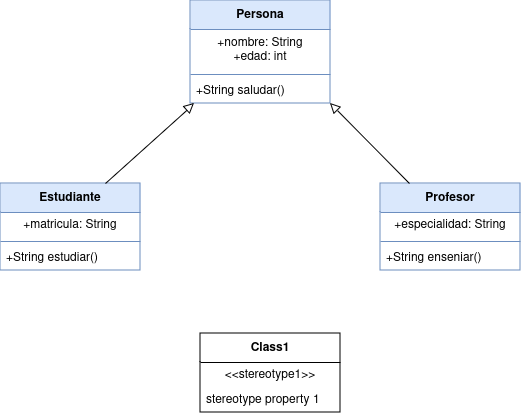
Above: Diagrama_Clases.png in emsantamaria/gestion_academica (draw.io), before the change. Source tidied: cells renumbered, new cells last; positions are measured from the earlier drawing's top-left corner, leaving out a move shared by most shapes.
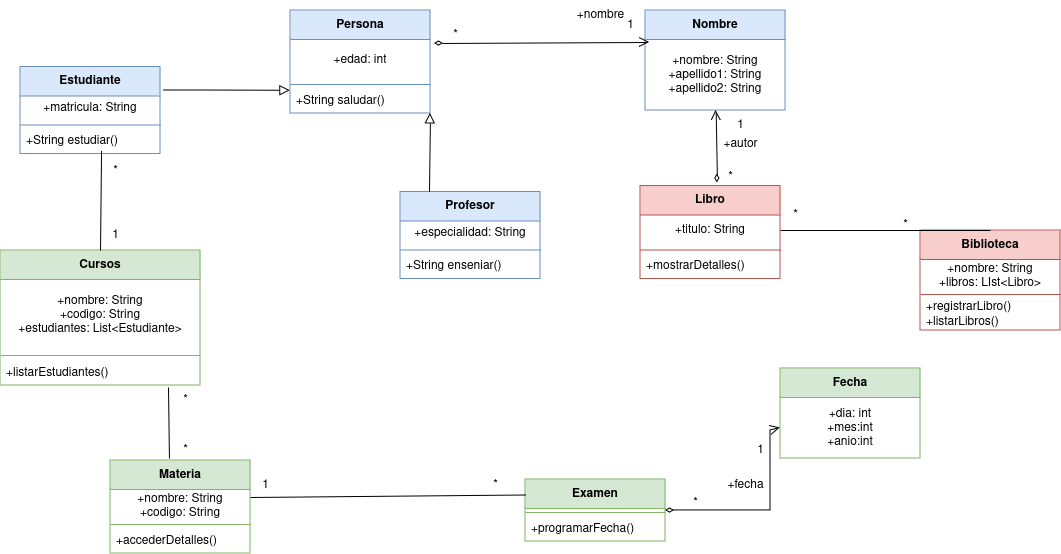
After the commit.

Diff of the diagram source:
```diff
@@ -2,19 +2,22 @@
   <root>
     <mxCell id="0" />
     <mxCell id="1" parent="0" />
-    <mxCell id="2" value="Class1" style="swimlane;fontStyle=1;align=center;verticalAlign=middle;horizontal=1;startSize=29;html=1;whiteSpace=wrap;" parent="1" vertex="1">
-      <mxGeometry x="200" y="333" width="140" height="79" as="geometry" />
+    <mxCell id="2" value="Cursos" style="swimlane;fontStyle=1;align=center;verticalAlign=middle;horizontal=1;startSize=29;html=1;whiteSpace=wrap;fillColor=#d5e8d4;strokeColor=#82b366;" parent="1" vertex="1">
+      <mxGeometry x="-110" y="383" width="200" height="135" as="geometry" />
     </mxCell>
-    <mxCell id="3" value="&amp;lt;&amp;lt;stereotype1&amp;gt;&amp;gt;" style="text;html=1;strokeColor=none;fillColor=none;align=center;verticalAlign=middle;spacingLeft=4;spacingRight=4;overflow=hidden;whiteSpace=wrap;" parent="2" vertex="1">
-      <mxGeometry y="29" width="140" height="25" as="geometry" />
+    <mxCell id="3" value="&lt;div&gt;+nombre: String&lt;/div&gt;&lt;div&gt;+codigo: String&lt;/div&gt;&lt;div&gt;+estudiantes: List&amp;lt;Estudiante&amp;gt;&lt;br&gt;&lt;/div&gt;" style="text;html=1;strokeColor=none;fillColor=none;align=center;verticalAlign=middle;spacingLeft=4;spacingRight=4;overflow=hidden;whiteSpace=wrap;" parent="2" vertex="1">
+      <mxGeometry y="29" width="200" height="71" as="geometry" />
     </mxCell>
+    <mxCell id="19" style="line;strokeWidth=1;fillColor=none;align=left;verticalAlign=middle;spacingTop=-1;spacingLeft=3;spacingRight=3;labelPosition=right;strokeColor=inherit;" parent="2" vertex="1">
+      <mxGeometry y="100" width="200" height="10" as="geometry" />
+    </mxCell>
-    <mxCell id="4" value="stereotype property 1" style="text;html=1;strokeColor=none;fillColor=none;align=left;verticalAlign=middle;spacingLeft=4;spacingRight=4;overflow=hidden;points=[[0,0.5],[1,0.5]];portConstraint=eastwest;whiteSpace=wrap;" parent="2" vertex="1">
-      <mxGeometry y="54" width="140" height="25" as="geometry" />
+    <mxCell id="4" value="+listarEstudiantes()" style="text;html=1;strokeColor=none;fillColor=none;align=left;verticalAlign=middle;spacingLeft=4;spacingRight=4;overflow=hidden;points=[[0,0.5],[1,0.5]];portConstraint=eastwest;whiteSpace=wrap;" parent="2" vertex="1">
+      <mxGeometry y="110" width="200" height="25" as="geometry" />
     </mxCell>
     <mxCell id="5" value="Persona" style="swimlane;fontStyle=1;align=center;verticalAlign=middle;horizontal=1;startSize=29;html=1;whiteSpace=wrap;fillColor=#dae8fc;strokeColor=#6c8ebf;" parent="1" vertex="1">
-      <mxGeometry x="190" width="140" height="103" as="geometry" />
+      <mxGeometry x="180" y="143" width="140" height="103" as="geometry" />
     </mxCell>
-    <mxCell id="6" value="&lt;div&gt;+nombre: String&lt;/div&gt;&lt;div&gt;+edad: int&lt;/div&gt;" style="text;html=1;strokeColor=none;fillColor=none;align=center;verticalAlign=middle;spacingLeft=4;spacingRight=4;overflow=hidden;points=[[0,0.5],[1,0.5]];portConstraint=eastwest;whiteSpace=wrap;" parent="5" vertex="1">
+    <mxCell id="6" value="&lt;div&gt;+edad: int&lt;/div&gt;" style="text;html=1;strokeColor=none;fillColor=none;align=center;verticalAlign=middle;spacingLeft=4;spacingRight=4;overflow=hidden;points=[[0,0.5],[1,0.5]];portConstraint=eastwest;whiteSpace=wrap;" parent="5" vertex="1">
       <mxGeometry y="29" width="140" height="41" as="geometry" />
     </mxCell>
     <mxCell id="7" style="line;strokeWidth=1;fillColor=none;align=left;verticalAlign=middle;spacingTop=-1;spacingLeft=3;spacingRight=3;labelPosition=right;strokeColor=inherit;" parent="5" vertex="1">
@@ -24,7 +27,7 @@
       <mxGeometry y="78" width="140" height="25" as="geometry" />
     </mxCell>
     <mxCell id="9" value="Profesor" style="swimlane;fontStyle=1;align=center;verticalAlign=middle;horizontal=1;startSize=29;html=1;whiteSpace=wrap;fillColor=#dae8fc;strokeColor=#6c8ebf;" parent="1" vertex="1">
-      <mxGeometry x="380" y="183" width="140" height="87" as="geometry" />
+      <mxGeometry x="290" y="324.5" width="140" height="87" as="geometry" />
     </mxCell>
     <mxCell id="10" value="+especialidad: String" style="text;html=1;strokeColor=none;fillColor=none;align=center;verticalAlign=middle;spacingLeft=4;spacingRight=4;overflow=hidden;whiteSpace=wrap;" parent="9" vertex="1">
       <mxGeometry y="29" width="140" height="25" as="geometry" />
@@ -36,7 +39,7 @@
       <mxGeometry y="62" width="140" height="25" as="geometry" />
     </mxCell>
     <mxCell id="13" value="Estudiante" style="swimlane;fontStyle=1;align=center;verticalAlign=middle;horizontal=1;startSize=29;html=1;whiteSpace=wrap;fillColor=#dae8fc;strokeColor=#6c8ebf;" parent="1" vertex="1">
-      <mxGeometry y="183" width="140" height="87" as="geometry" />
+      <mxGeometry x="-90" y="199.5" width="140" height="87" as="geometry" />
     </mxCell>
     <mxCell id="14" value="+matricula: String" style="text;html=1;strokeColor=none;fillColor=none;align=center;verticalAlign=middle;spacingLeft=4;spacingRight=4;overflow=hidden;whiteSpace=wrap;" parent="13" vertex="1">
       <mxGeometry y="29" width="140" height="25" as="geometry" />
@@ -50,8 +53,147 @@
     <mxCell id="17" style="endArrow=block;startArrow=none;endFill=0;startFill=0;endSize=8;html=1;labelBackgroundColor=none;rounded=0;exitX=0.207;exitY=0;exitDx=0;exitDy=0;exitPerimeter=0;entryX=1;entryY=1;entryDx=0;entryDy=0;" parent="1" edge="1" source="9" target="5">
       <mxGeometry relative="1" as="geometry" />
     </mxCell>
-    <mxCell id="18" style="endArrow=block;startArrow=none;endFill=0;startFill=0;endSize=8;html=1;labelBackgroundColor=none;rounded=0;exitX=0.75;exitY=0;exitDx=0;exitDy=0;entryX=0.029;entryY=1;entryDx=0;entryDy=0;entryPerimeter=0;" parent="1" edge="1" source="13" target="8">
-      <mxGeometry relative="1" as="geometry" />
+    <mxCell id="18" style="endArrow=block;startArrow=none;endFill=0;startFill=0;endSize=8;html=1;labelBackgroundColor=none;rounded=0;entryX=-0.001;entryY=0.091;entryDx=0;entryDy=0;entryPerimeter=0;" parent="1" edge="1" target="8">
+      <mxGeometry relative="1" as="geometry">
+        <mxPoint x="53" y="223" as="sourcePoint" />
+        <Array as="points">
+          <mxPoint x="90" y="223" />
+        </Array>
+      </mxGeometry>
     </mxCell>
+    <mxCell id="20" value="Materia" style="swimlane;fontStyle=1;align=center;verticalAlign=middle;horizontal=1;startSize=29;html=1;whiteSpace=wrap;fillColor=#d5e8d4;strokeColor=#82b366;" parent="1" vertex="1">
+      <mxGeometry y="593" width="140" height="93" as="geometry" />
+    </mxCell>
+    <mxCell id="21" value="&lt;div&gt;+nombre: String&lt;/div&gt;&lt;div&gt;+codigo: String&lt;br&gt;&lt;/div&gt;" style="text;html=1;strokeColor=none;fillColor=none;align=center;verticalAlign=middle;spacingLeft=4;spacingRight=4;overflow=hidden;points=[[0,0.5],[1,0.5]];portConstraint=eastwest;whiteSpace=wrap;" parent="20" vertex="1">
+      <mxGeometry y="29" width="140" height="31" as="geometry" />
+    </mxCell>
+    <mxCell id="22" style="line;strokeWidth=1;fillColor=none;align=left;verticalAlign=middle;spacingTop=-1;spacingLeft=3;spacingRight=3;labelPosition=right;strokeColor=inherit;" parent="20" vertex="1">
+      <mxGeometry y="60" width="140" height="8" as="geometry" />
+    </mxCell>
+    <mxCell id="23" value="+accederDetalles()" style="text;html=1;strokeColor=none;fillColor=none;align=left;verticalAlign=middle;spacingLeft=4;spacingRight=4;overflow=hidden;whiteSpace=wrap;" parent="20" vertex="1">
+      <mxGeometry y="68" width="140" height="25" as="geometry" />
+    </mxCell>
+    <mxCell id="24" value="Fecha" style="swimlane;fontStyle=1;align=center;verticalAlign=middle;horizontal=1;startSize=29;html=1;whiteSpace=wrap;fillColor=#d5e8d4;strokeColor=#82b366;" parent="1" vertex="1">
+      <mxGeometry x="670" y="501" width="140" height="90" as="geometry" />
+    </mxCell>
+    <mxCell id="25" value="&lt;div&gt;+dia: int&lt;/div&gt;&lt;div&gt;+mes:int&lt;/div&gt;&lt;div&gt;+anio:int&lt;br&gt;&lt;/div&gt;" style="text;html=1;strokeColor=none;fillColor=none;align=center;verticalAlign=middle;spacingLeft=4;spacingRight=4;overflow=hidden;points=[[0,0.5],[1,0.5]];portConstraint=eastwest;whiteSpace=wrap;" parent="24" vertex="1">
+      <mxGeometry y="29" width="140" height="61" as="geometry" />
+    </mxCell>
+    <mxCell id="26" value="Examen" style="swimlane;fontStyle=1;align=center;verticalAlign=middle;horizontal=1;startSize=29;html=1;whiteSpace=wrap;fillColor=#d5e8d4;strokeColor=#82b366;" parent="1" vertex="1">
+      <mxGeometry x="415" y="612" width="140" height="62" as="geometry" />
+    </mxCell>
+    <mxCell id="27" style="line;strokeWidth=1;fillColor=none;align=left;verticalAlign=middle;spacingTop=-1;spacingLeft=3;spacingRight=3;labelPosition=right;strokeColor=inherit;" parent="26" vertex="1">
+      <mxGeometry y="29" width="140" height="8" as="geometry" />
+    </mxCell>
+    <mxCell id="28" value="+programarFecha()" style="text;html=1;strokeColor=none;fillColor=none;align=left;verticalAlign=middle;spacingLeft=4;spacingRight=4;overflow=hidden;whiteSpace=wrap;" parent="26" vertex="1">
+      <mxGeometry y="37" width="140" height="25" as="geometry" />
+    </mxCell>
+    <mxCell id="29" value="Biblioteca" style="swimlane;fontStyle=1;align=center;verticalAlign=middle;horizontal=1;startSize=29;html=1;whiteSpace=wrap;fillColor=#f8cecc;strokeColor=#b85450;" parent="1" vertex="1">
+      <mxGeometry x="810" y="363" width="140" height="100" as="geometry" />
+    </mxCell>
+    <mxCell id="30" value="&lt;div&gt;+nombre: String&lt;/div&gt;+libros: LIst&amp;lt;Libro&amp;gt;" style="text;html=1;strokeColor=none;fillColor=none;align=center;verticalAlign=middle;spacingLeft=4;spacingRight=4;overflow=hidden;whiteSpace=wrap;" parent="29" vertex="1">
+      <mxGeometry y="29" width="140" height="31" as="geometry" />
+    </mxCell>
+    <mxCell id="31" style="line;strokeWidth=1;fillColor=none;align=left;verticalAlign=middle;spacingTop=-1;spacingLeft=3;spacingRight=3;labelPosition=right;strokeColor=inherit;" parent="29" vertex="1">
+      <mxGeometry y="60" width="140" height="8" as="geometry" />
+    </mxCell>
+    <mxCell id="32" value="&lt;div&gt;+registrarLibro()&lt;/div&gt;&lt;div&gt;+listarLibros()&lt;br&gt;&lt;/div&gt;" style="text;html=1;strokeColor=none;fillColor=none;align=left;verticalAlign=middle;spacingLeft=4;spacingRight=4;overflow=hidden;whiteSpace=wrap;" parent="29" vertex="1">
+      <mxGeometry y="68" width="140" height="32" as="geometry" />
+    </mxCell>
+    <mxCell id="33" value="Libro" style="swimlane;fontStyle=1;align=center;verticalAlign=middle;horizontal=1;startSize=29;html=1;whiteSpace=wrap;fillColor=#f8cecc;strokeColor=#b85450;" parent="1" vertex="1">
+      <mxGeometry x="530" y="318.5" width="140" height="93" as="geometry" />
+    </mxCell>
+    <mxCell id="34" value="&lt;div&gt;+titulo: String&lt;/div&gt;" style="text;html=1;strokeColor=none;fillColor=none;align=center;verticalAlign=middle;spacingLeft=4;spacingRight=4;overflow=hidden;points=[[0,0.5],[1,0.5]];portConstraint=eastwest;whiteSpace=wrap;" parent="33" vertex="1">
+      <mxGeometry y="29" width="140" height="31" as="geometry" />
+    </mxCell>
+    <mxCell id="35" style="line;strokeWidth=1;fillColor=none;align=left;verticalAlign=middle;spacingTop=-1;spacingLeft=3;spacingRight=3;labelPosition=right;strokeColor=inherit;" parent="33" vertex="1">
+      <mxGeometry y="60" width="140" height="8" as="geometry" />
+    </mxCell>
+    <mxCell id="36" value="+mostrarDetalles()" style="text;html=1;strokeColor=none;fillColor=none;align=left;verticalAlign=middle;spacingLeft=4;spacingRight=4;overflow=hidden;whiteSpace=wrap;" parent="33" vertex="1">
+      <mxGeometry y="68" width="140" height="25" as="geometry" />
+    </mxCell>
+    <mxCell id="37" value="Nombre" style="swimlane;fontStyle=1;align=center;verticalAlign=middle;horizontal=1;startSize=29;html=1;whiteSpace=wrap;fillColor=#dae8fc;strokeColor=#6c8ebf;" parent="1" vertex="1">
+      <mxGeometry x="535" y="143" width="140" height="100" as="geometry" />
+    </mxCell>
+    <mxCell id="38" value="&lt;div&gt;+nombre: String&lt;/div&gt;&lt;div&gt;+apellido1: String&lt;/div&gt;&lt;div&gt;+apellido2: String&lt;br&gt;&lt;/div&gt;" style="text;html=1;strokeColor=none;fillColor=none;align=center;verticalAlign=middle;spacingLeft=4;spacingRight=4;overflow=hidden;points=[[0,0.5],[1,0.5]];portConstraint=eastwest;whiteSpace=wrap;" parent="37" vertex="1">
+      <mxGeometry y="29" width="140" height="71" as="geometry" />
+    </mxCell>
+    <mxCell id="39" style="endArrow=open;startArrow=diamondThin;endFill=0;startFill=0;endSize=8;html=1;labelBackgroundColor=none;rounded=0;exitX=1.029;exitY=0.098;exitDx=0;exitDy=0;exitPerimeter=0;entryX=0.029;entryY=0.042;entryDx=0;entryDy=0;entryPerimeter=0;" parent="1" edge="1" source="6" target="38">
+      <mxGeometry relative="1" as="geometry" />
+    </mxCell>
+    <mxCell id="40" style="endArrow=open;startArrow=diamondThin;endFill=0;startFill=0;endSize=8;html=1;labelBackgroundColor=none;rounded=0;exitX=1;exitY=0.5;exitDx=0;exitDy=0;entryX=0;entryY=0.5;entryDx=0;entryDy=0;" parent="1" edge="1" source="26" target="25">
+      <mxGeometry relative="1" as="geometry">
+        <Array as="points">
+          <mxPoint x="660" y="643" />
+          <mxPoint x="660" y="563" />
+        </Array>
+      </mxGeometry>
+    </mxCell>
+    <mxCell id="41" style="endArrow=open;startArrow=diamondThin;endFill=0;startFill=0;endSize=8;html=1;labelBackgroundColor=none;rounded=0;exitX=0.55;exitY=-0.032;exitDx=0;exitDy=0;exitPerimeter=0;" parent="1" edge="1" source="33" target="38">
+      <mxGeometry relative="1" as="geometry" />
+    </mxCell>
+    <mxCell id="42" style="endArrow=none;startArrow=none;endFill=0;startFill=0;endSize=8;html=1;labelBackgroundColor=none;rounded=0;exitX=1;exitY=0.5;exitDx=0;exitDy=0;entryX=0.5;entryY=0;entryDx=0;entryDy=0;" parent="1" edge="1" source="34" target="29">
+      <mxGeometry relative="1" as="geometry" />
+    </mxCell>
+    <mxCell id="43" style="endArrow=none;startArrow=none;endFill=0;startFill=0;endSize=8;html=1;labelBackgroundColor=none;rounded=0;exitX=0.84;exitY=1.08;exitDx=0;exitDy=0;exitPerimeter=0;entryX=0.421;entryY=-0.022;entryDx=0;entryDy=0;entryPerimeter=0;" parent="1" edge="1" source="4" target="20">
+      <mxGeometry relative="1" as="geometry" />
+    </mxCell>
+    <mxCell id="44" style="endArrow=none;startArrow=none;endFill=0;startFill=0;endSize=8;html=1;labelBackgroundColor=none;rounded=0;exitX=0.5;exitY=0;exitDx=0;exitDy=0;entryX=0.579;entryY=0.88;entryDx=0;entryDy=0;entryPerimeter=0;" parent="1" edge="1" source="2" target="16">
+      <mxGeometry relative="1" as="geometry" />
+    </mxCell>
+    <mxCell id="45" style="endArrow=none;startArrow=none;endFill=0;startFill=0;endSize=8;html=1;labelBackgroundColor=none;rounded=0;exitX=1;exitY=0.258;exitDx=0;exitDy=0;exitPerimeter=0;entryX=0;entryY=0.25;entryDx=0;entryDy=0;" parent="1" edge="1" source="21" target="26">
+      <mxGeometry relative="1" as="geometry" />
+    </mxCell>
+    <mxCell id="46" value="+nombre" style="text;html=1;align=center;verticalAlign=middle;strokeColor=none;fillColor=none;" parent="1" vertex="1">
+      <mxGeometry x="455" y="133" width="70" height="30" as="geometry" />
+    </mxCell>
+    <mxCell id="47" value="*" style="text;html=1;align=center;verticalAlign=middle;strokeColor=none;fillColor=none;" parent="1" vertex="1">
+      <mxGeometry x="330" y="153" width="30" height="30" as="geometry" />
+    </mxCell>
+    <mxCell id="48" value="1" style="text;html=1;align=center;verticalAlign=middle;strokeColor=none;fillColor=none;" parent="1" vertex="1">
+      <mxGeometry x="505" y="143" width="30" height="30" as="geometry" />
+    </mxCell>
+    <mxCell id="49" value="+fecha" style="text;html=1;align=center;verticalAlign=middle;strokeColor=none;fillColor=none;" parent="1" vertex="1">
+      <mxGeometry x="605" y="603" width="60" height="30" as="geometry" />
+    </mxCell>
+    <mxCell id="50" value="*" style="text;html=1;align=center;verticalAlign=middle;strokeColor=none;fillColor=none;" parent="1" vertex="1">
+      <mxGeometry x="570" y="621" width="30" height="30" as="geometry" />
+    </mxCell>
+    <mxCell id="51" value="1" style="text;html=1;align=center;verticalAlign=middle;strokeColor=none;fillColor=none;" parent="1" vertex="1">
+      <mxGeometry x="635" y="568" width="30" height="30" as="geometry" />
+    </mxCell>
+    <mxCell id="52" value="*" style="text;html=1;align=center;verticalAlign=middle;strokeColor=none;fillColor=none;" parent="1" vertex="1">
+      <mxGeometry x="670" y="333" width="30" height="30" as="geometry" />
+    </mxCell>
+    <mxCell id="53" value="*" style="text;html=1;align=center;verticalAlign=middle;strokeColor=none;fillColor=none;" parent="1" vertex="1">
+      <mxGeometry x="780" y="343" width="30" height="30" as="geometry" />
+    </mxCell>
+    <mxCell id="54" value="+autor" style="text;html=1;align=center;verticalAlign=middle;strokeColor=none;fillColor=none;" parent="1" vertex="1">
+      <mxGeometry x="600" y="262.5" width="60" height="30" as="geometry" />
+    </mxCell>
+    <mxCell id="55" value="*" style="text;html=1;align=center;verticalAlign=middle;strokeColor=none;fillColor=none;" parent="1" vertex="1">
+      <mxGeometry x="605" y="294.5" width="30" height="30" as="geometry" />
+    </mxCell>
+    <mxCell id="56" value="1" style="text;html=1;align=center;verticalAlign=middle;strokeColor=none;fillColor=none;" parent="1" vertex="1">
+      <mxGeometry x="615" y="243" width="30" height="30" as="geometry" />
+    </mxCell>
+    <mxCell id="57" value="1" style="text;html=1;align=center;verticalAlign=middle;strokeColor=none;fillColor=none;" parent="1" vertex="1">
+      <mxGeometry x="-10" y="353" width="30" height="30" as="geometry" />
+    </mxCell>
+    <mxCell id="58" value="*" style="text;html=1;align=center;verticalAlign=middle;strokeColor=none;fillColor=none;" parent="1" vertex="1">
+      <mxGeometry x="-10" y="288.5" width="30" height="30" as="geometry" />
+    </mxCell>
+    <mxCell id="59" value="*" style="text;html=1;align=center;verticalAlign=middle;strokeColor=none;fillColor=none;" parent="1" vertex="1">
+      <mxGeometry x="60" y="518" width="30" height="30" as="geometry" />
+    </mxCell>
+    <mxCell id="60" value="*" style="text;html=1;align=center;verticalAlign=middle;strokeColor=none;fillColor=none;" parent="1" vertex="1">
+      <mxGeometry x="60" y="568" width="30" height="30" as="geometry" />
+    </mxCell>
+    <mxCell id="61" value="1" style="text;html=1;align=center;verticalAlign=middle;strokeColor=none;fillColor=none;" parent="1" vertex="1">
+      <mxGeometry x="140" y="603" width="30" height="30" as="geometry" />
+    </mxCell>
+    <mxCell id="62" value="*" style="text;html=1;align=center;verticalAlign=middle;strokeColor=none;fillColor=none;" parent="1" vertex="1">
+      <mxGeometry x="370" y="603" width="30" height="30" as="geometry" />
+    </mxCell>
   </root>
 </mxGraphModel>
```
